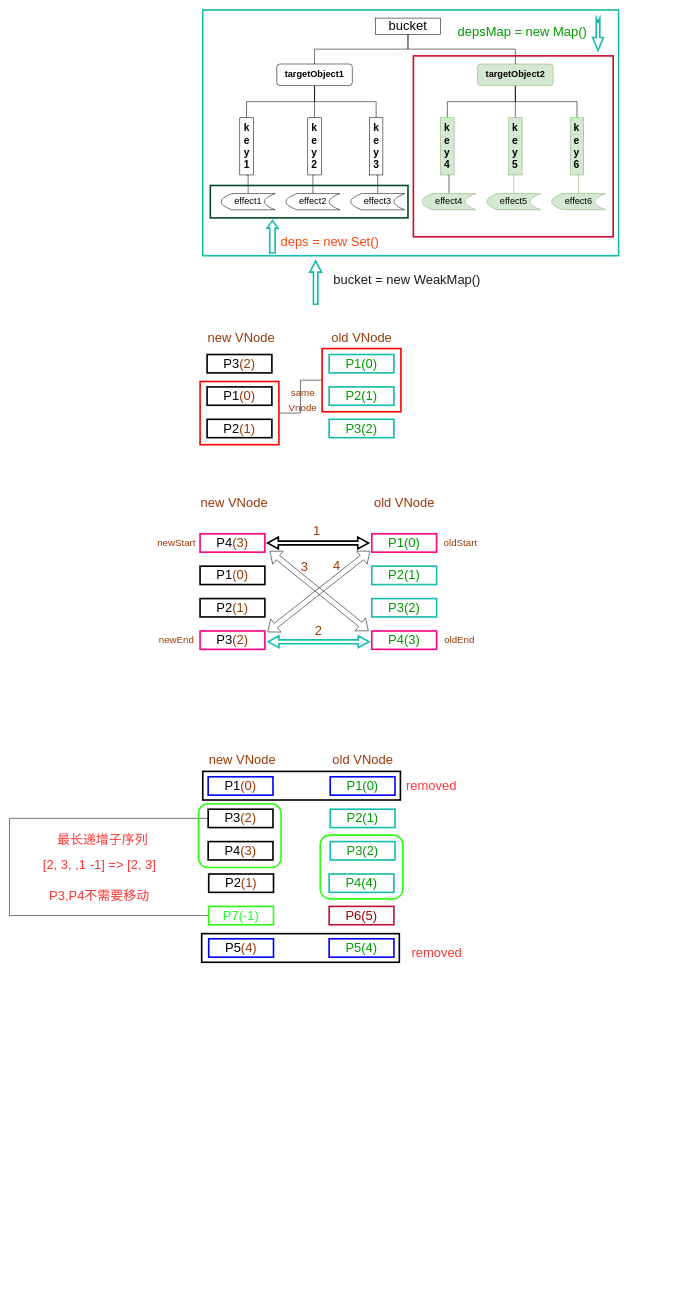
The draw.io diagram 4.响应系统的作用与实现/vue-bucket.drawio in simple5960/vue-, before the edit. Source tidied: cells renumbered, new cells numbered last; positions are measured from the earlier drawing's top-left corner, leaving out a move shared by most shapes. Both pictures are drawn from the tidied source at 54%, with x=0, y=0 at pixel (9, 10).
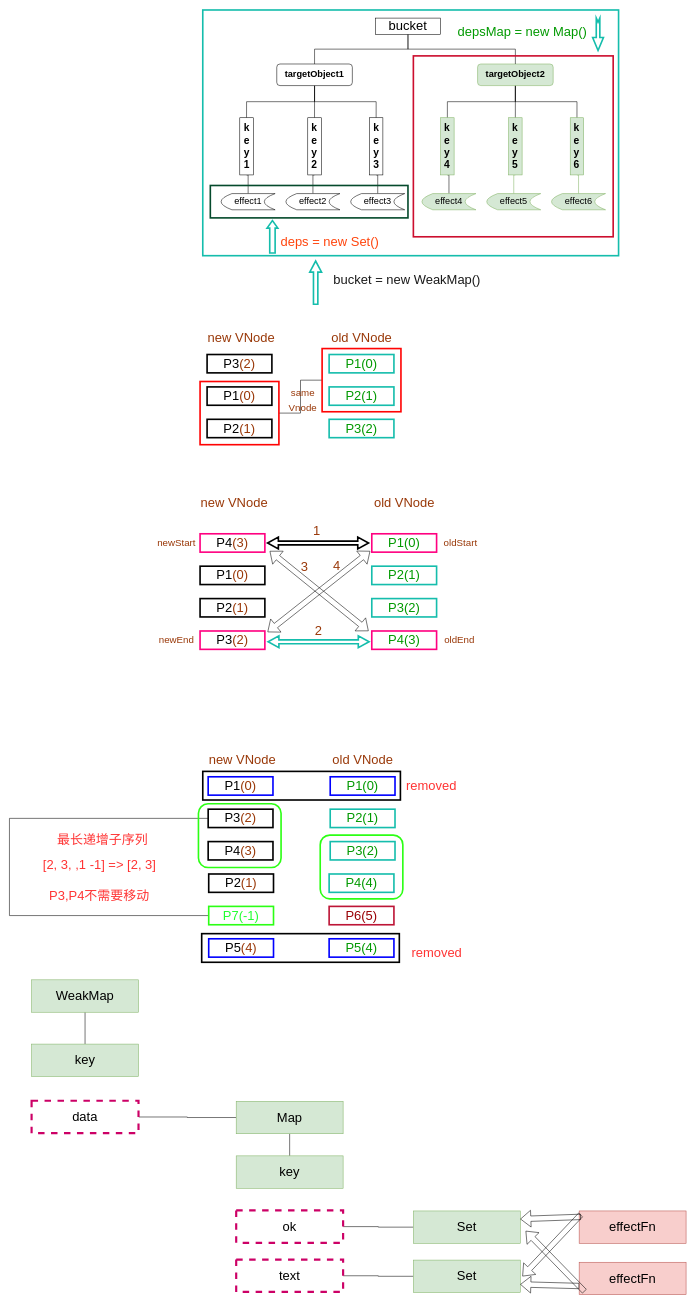
The same diagram, later.

The edit, as a diff of the source:
```diff
@@
+    <mxCell id="98" style="edgeStyle=orthogonalEdgeStyle;rounded=0;jettySize=auto;html=1;exitX=0.5;exitY=1;exitDx=0;exitDy=0;entryX=0.5;entryY=0;entryDx=0;entryDy=0;fontSize=24;endArrow=none;endFill=0;" parent="1" edge="1" source="99" target="100">
+      <mxGeometry relative="1" as="geometry" />
+    </mxCell>
+    <mxCell id="99" value="WeakMap" style="rounded=0;whiteSpace=wrap;html=1;fontSize=24;fillColor=#d5e8d4;strokeColor=#82b366;" parent="1" vertex="1">
+      <mxGeometry x="41" y="1796" width="198" height="60" as="geometry" />
+    </mxCell>
+    <mxCell id="100" value="key" style="rounded=0;whiteSpace=wrap;html=1;fontSize=24;fillColor=#d5e8d4;strokeColor=#82b366;" parent="1" vertex="1">
+      <mxGeometry x="41" y="1915" width="198" height="60" as="geometry" />
+    </mxCell>
+    <mxCell id="101" style="edgeStyle=orthogonalEdgeStyle;rounded=0;jettySize=auto;html=1;exitX=1;exitY=0.5;exitDx=0;exitDy=0;entryX=0;entryY=0.5;entryDx=0;entryDy=0;fontSize=24;endArrow=none;endFill=0;" parent="1" edge="1" source="102" target="104">
+      <mxGeometry relative="1" as="geometry" />
+    </mxCell>
+    <mxCell id="102" value="data" style="rounded=0;whiteSpace=wrap;html=1;fontSize=24;dashed=1;strokeColor=#CC0066;strokeWidth=4;" parent="1" vertex="1">
+      <mxGeometry x="41" y="2020" width="198" height="60" as="geometry" />
+    </mxCell>
+    <mxCell id="103" style="edgeStyle=orthogonalEdgeStyle;rounded=0;jettySize=auto;html=1;exitX=0.5;exitY=1;exitDx=0;exitDy=0;entryX=0.5;entryY=0;entryDx=0;entryDy=0;fontSize=24;endArrow=none;endFill=0;" parent="1" edge="1" source="104" target="105">
+      <mxGeometry relative="1" as="geometry" />
+    </mxCell>
+    <mxCell id="104" value="Map" style="rounded=0;whiteSpace=wrap;html=1;fontSize=24;fillColor=#d5e8d4;strokeColor=#82b366;" parent="1" vertex="1">
+      <mxGeometry x="419.9" y="2021" width="198" height="60" as="geometry" />
+    </mxCell>
+    <mxCell id="105" value="key" style="rounded=0;whiteSpace=wrap;html=1;fontSize=24;fillColor=#d5e8d4;strokeColor=#82b366;" parent="1" vertex="1">
+      <mxGeometry x="419.9" y="2122" width="198" height="60" as="geometry" />
+    </mxCell>
+    <mxCell id="106" style="edgeStyle=orthogonalEdgeStyle;rounded=0;jettySize=auto;html=1;exitX=1;exitY=0.5;exitDx=0;exitDy=0;entryX=0;entryY=0.5;entryDx=0;entryDy=0;fontSize=24;endArrow=none;endFill=0;" parent="1" edge="1" source="107" target="110">
+      <mxGeometry relative="1" as="geometry" />
+    </mxCell>
+    <mxCell id="107" value="ok" style="rounded=0;whiteSpace=wrap;html=1;fontSize=24;dashed=1;strokeColor=#CC0066;strokeWidth=4;" parent="1" vertex="1">
+      <mxGeometry x="419.9" y="2223" width="198" height="60" as="geometry" />
+    </mxCell>
+    <mxCell id="108" style="edgeStyle=orthogonalEdgeStyle;rounded=0;jettySize=auto;html=1;exitX=1;exitY=0.5;exitDx=0;exitDy=0;entryX=0;entryY=0.5;entryDx=0;entryDy=0;fontSize=24;endArrow=none;endFill=0;" parent="1" edge="1" source="109" target="111">
+      <mxGeometry relative="1" as="geometry" />
+    </mxCell>
+    <mxCell id="109" value="text" style="rounded=0;whiteSpace=wrap;html=1;fontSize=24;dashed=1;strokeColor=#CC0066;strokeWidth=4;" parent="1" vertex="1">
+      <mxGeometry x="419.9" y="2314" width="198" height="60" as="geometry" />
+    </mxCell>
+    <mxCell id="110" value="Set" style="rounded=0;whiteSpace=wrap;html=1;fontSize=24;fillColor=#d5e8d4;strokeColor=#82b366;" parent="1" vertex="1">
+      <mxGeometry x="748" y="2224" width="198" height="60" as="geometry" />
+    </mxCell>
+    <mxCell id="111" value="Set" style="rounded=0;whiteSpace=wrap;html=1;fontSize=24;fillColor=#d5e8d4;strokeColor=#82b366;" parent="1" vertex="1">
+      <mxGeometry x="748" y="2315" width="198" height="60" as="geometry" />
+    </mxCell>
+    <mxCell id="112" value="effectFn" style="rounded=0;whiteSpace=wrap;html=1;fontSize=24;fillColor=#f8cecc;strokeColor=#b85450;" parent="1" vertex="1">
+      <mxGeometry x="1055" y="2224" width="198" height="60" as="geometry" />
+    </mxCell>
+    <mxCell id="113" value="effectFn" style="rounded=0;whiteSpace=wrap;html=1;fontSize=24;fillColor=#f8cecc;strokeColor=#b85450;" parent="1" vertex="1">
+      <mxGeometry x="1055" y="2319" width="198" height="60" as="geometry" />
+    </mxCell>
+    <mxCell id="114" style="shape=flexArrow;endArrow=classic;html=1;rounded=0;fontSize=26;fontColor=#FF0000;" parent="1" edge="1">
+      <mxGeometry relative="1" as="geometry">
+        <mxPoint x="1058" y="2231" as="sourcePoint" />
+        <mxPoint x="950" y="2345" as="targetPoint" />
+      </mxGeometry>
+    </mxCell>
+    <mxCell id="115" style="shape=flexArrow;endArrow=classic;html=1;rounded=0;fontSize=26;fontColor=#FF0000;entryX=1;entryY=0.25;entryDx=0;entryDy=0;" parent="1" edge="1" target="110">
+      <mxGeometry relative="1" as="geometry">
+        <mxPoint x="1058" y="2235" as="sourcePoint" />
+      </mxGeometry>
+    </mxCell>
+    <mxCell id="116" style="shape=flexArrow;endArrow=classic;html=1;rounded=0;fontSize=26;fontColor=#FF0000;entryX=1;entryY=0.75;entryDx=0;entryDy=0;" parent="1" edge="1" target="111">
+      <mxGeometry relative="1" as="geometry">
+        <mxPoint x="1055" y="2363" as="sourcePoint" />
+      </mxGeometry>
+    </mxCell>
+    <mxCell id="117" style="shape=flexArrow;endArrow=classic;html=1;rounded=0;fontSize=26;fontColor=#FF0000;" parent="1" edge="1">
+      <mxGeometry relative="1" as="geometry">
+        <mxPoint x="1065" y="2373" as="sourcePoint" />
+        <mxPoint x="956" y="2261" as="targetPoint" />
+      </mxGeometry>
+    </mxCell>
```
